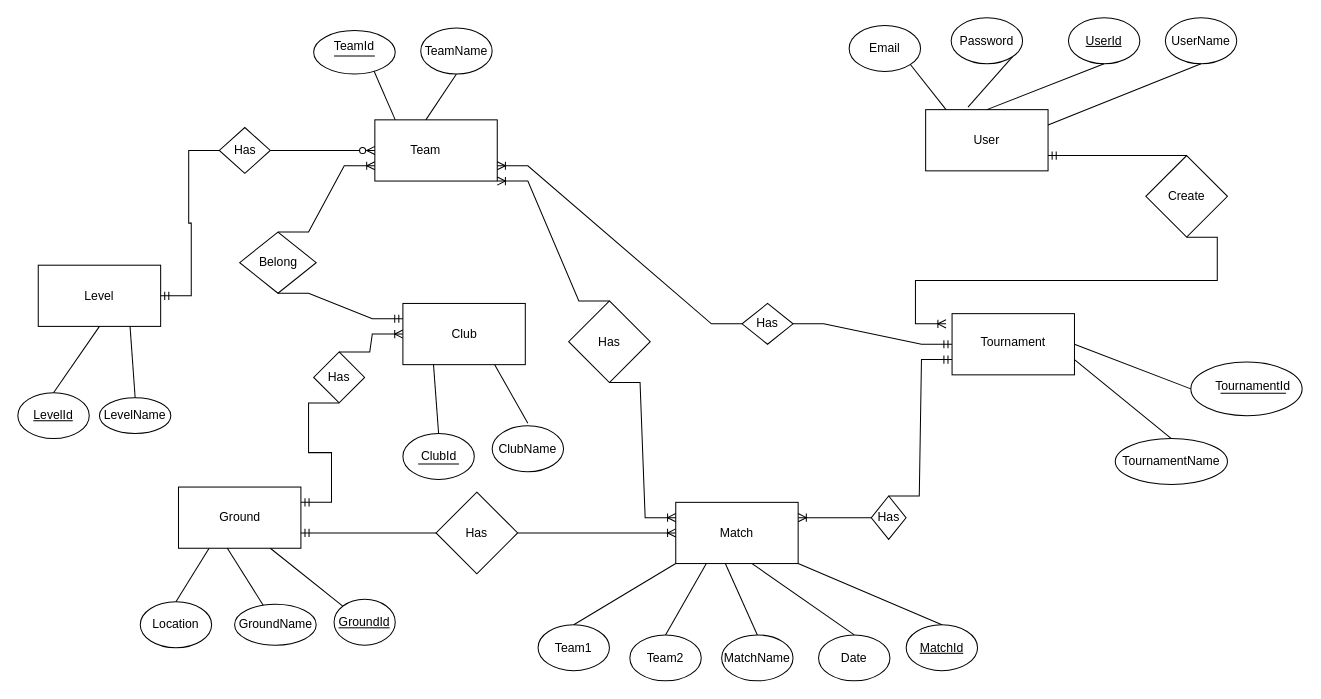
Above: Untitled Diagram.drawio in chamithopatha/Crickfix (draw.io), before the change. Source tidied: cells renumbered, new cells numbered last; positions are measured from the earlier drawing's top-left corner, leaving out a move shared by most shapes. Both pictures are drawn from the tidied source at 102%, with x=0, y=0 at pixel (17, 17).
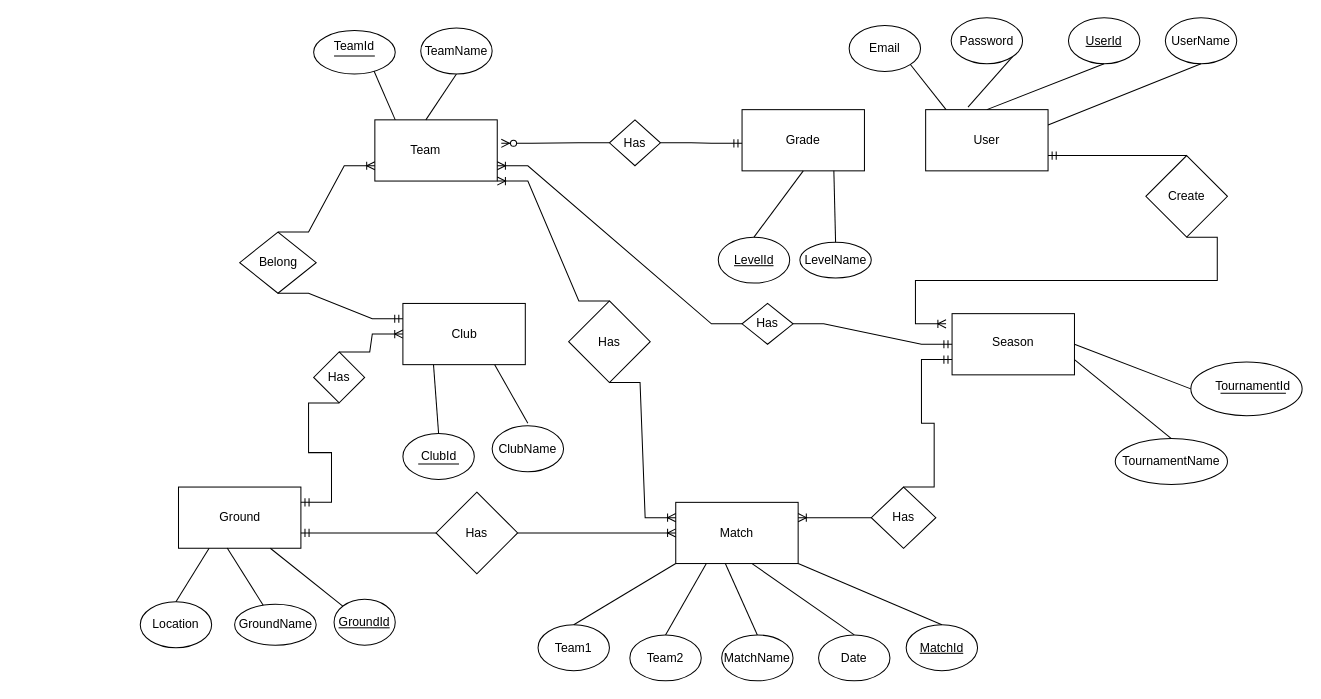
The same page after the edit.

Unchanged cells that the change refers to:
```xml
<mxCell id="15" style="rounded=0;whiteSpace=wrap;html=1;" parent="1" vertex="1">
  <mxGeometry x="350" y="100" width="120" height="60" as="geometry" />
</mxCell>
```

Diff of the diagram source:
```diff
@@
-    <mxCell id="21" value="Level" style="rounded=0;whiteSpace=wrap;html=1;" parent="1" vertex="1">
-      <mxGeometry x="20" y="242.5" width="120" height="60" as="geometry" />
+    <mxCell id="21" value="Grade" style="rounded=0;whiteSpace=wrap;html=1;" parent="1" vertex="1">
+      <mxGeometry x="710" y="90" width="120" height="60" as="geometry" />
     </mxCell>
@@
-    <mxCell id="28" value="Tournament" style="text;html=1;strokeColor=none;fillColor=none;align=center;verticalAlign=middle;whiteSpace=wrap;rounded=0;" parent="1" vertex="1">
+    <mxCell id="28" value="Season" style="text;html=1;strokeColor=none;fillColor=none;align=center;verticalAlign=middle;whiteSpace=wrap;rounded=0;" parent="1" vertex="1">
       <mxGeometry x="945.9" y="302.5" width="60" height="30" as="geometry" />
     </mxCell>
@@
     <mxCell id="37" value="Has" style="rhombus;whiteSpace=wrap;html=1;rotation=0;" parent="1" vertex="1">
-      <mxGeometry x="197.5" y="107.5" width="50" height="45" as="geometry" />
+      <mxGeometry x="580" y="100" width="50" height="45" as="geometry" />
     </mxCell>
@@
     <mxCell id="42" value="&lt;u&gt;LevelId&lt;/u&gt;" style="ellipse;whiteSpace=wrap;html=1;" parent="1" vertex="1">
-      <mxGeometry y="367.5" width="70" height="45" as="geometry" />
+      <mxGeometry x="686.7" y="215" width="70" height="45" as="geometry" />
     </mxCell>
@@
     <mxCell id="44" value="LevelName" style="ellipse;whiteSpace=wrap;html=1;" parent="1" vertex="1">
-      <mxGeometry x="80" y="372.5" width="70" height="35" as="geometry" />
+      <mxGeometry x="766.7" y="220" width="70" height="35" as="geometry" />
     </mxCell>
@@
-    <mxCell id="67" style="edgeStyle=entityRelationEdgeStyle;fontSize=12;html=1;endArrow=ERzeroToMany;endFill=1;rounded=0;entryX=0;entryY=0.5;entryDx=0;entryDy=0;exitX=1;exitY=0.5;exitDx=0;exitDy=0;" parent="1" edge="1" source="37" target="15">
+    <mxCell id="67" style="edgeStyle=entityRelationEdgeStyle;fontSize=12;html=1;endArrow=ERzeroToMany;endFill=1;rounded=0;entryX=1.033;entryY=0.383;entryDx=0;entryDy=0;exitX=0;exitY=0.5;exitDx=0;exitDy=0;entryPerimeter=0;" parent="1" edge="1" source="37" target="15">
       <mxGeometry relative="1" as="geometry" />
     </mxCell>
-    <mxCell id="68" style="edgeStyle=entityRelationEdgeStyle;fontSize=12;html=1;endArrow=ERmandOne;rounded=0;exitX=0;exitY=0.5;exitDx=0;exitDy=0;entryX=1;entryY=0.5;entryDx=0;entryDy=0;" parent="1" edge="1" source="37" target="21">
+    <mxCell id="68" style="edgeStyle=entityRelationEdgeStyle;fontSize=12;html=1;endArrow=ERmandOne;rounded=0;exitX=1;exitY=0.5;exitDx=0;exitDy=0;" parent="1" edge="1" source="37">
       <mxGeometry relative="1" as="geometry">
+        <mxPoint x="710" y="123" as="targetPoint" />
         <Array as="points">
           <mxPoint x="525" y="350" />
           <mxPoint x="170" y="170" />
           <mxPoint x="200" y="160" />
           <mxPoint x="170" y="240" />
         </Array>
       </mxGeometry>
     </mxCell>
@@
     <mxCell id="71" value="Has" style="rhombus;whiteSpace=wrap;html=1;" parent="1" vertex="1">
-      <mxGeometry x="836.7" y="468.8" width="34.1" height="42.5" as="geometry" />
+      <mxGeometry x="836.7" y="460" width="63.3" height="60" as="geometry" />
     </mxCell>
```
